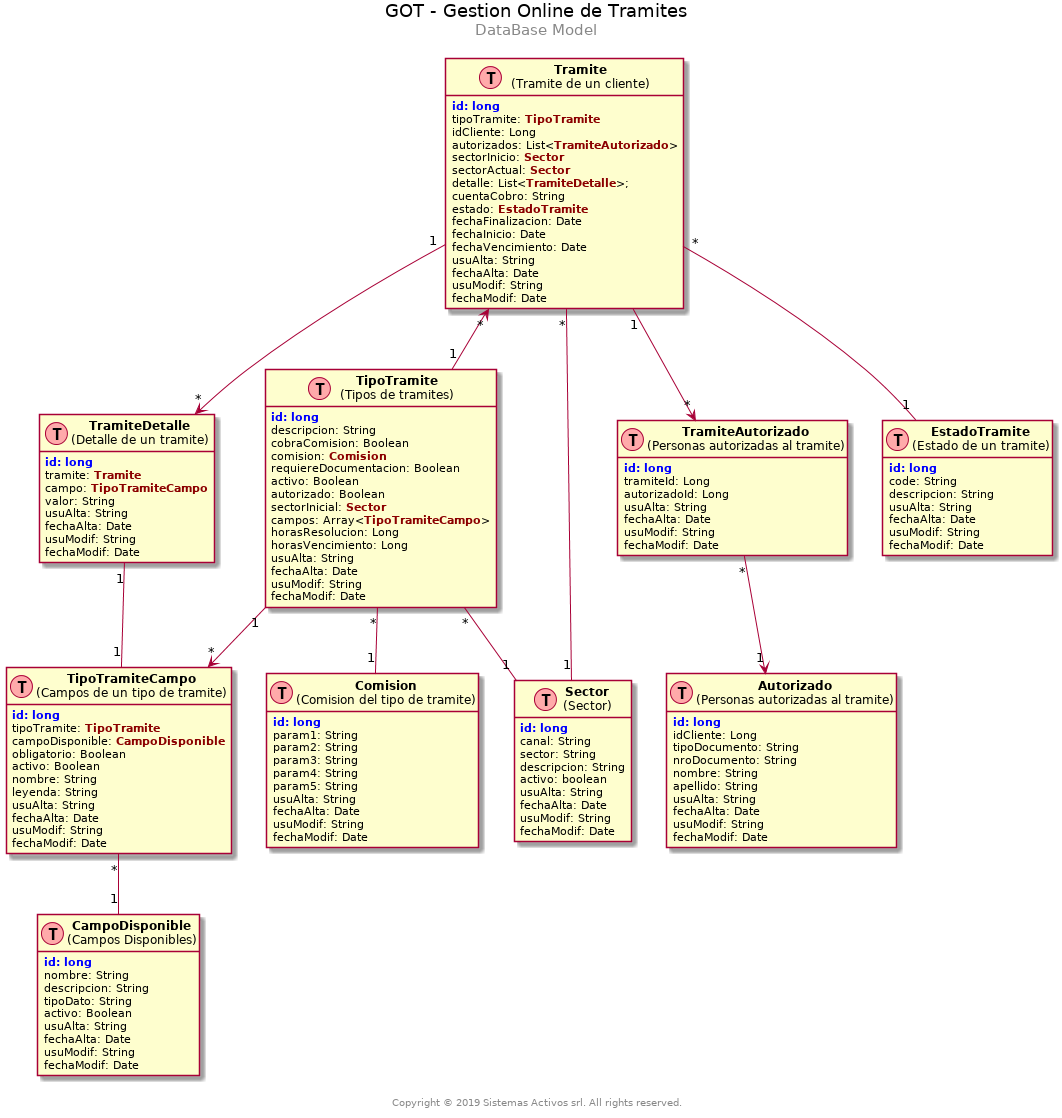
Above: docs/diagrams/database/der.png in jmuseri/got (PlantUML), before the change.
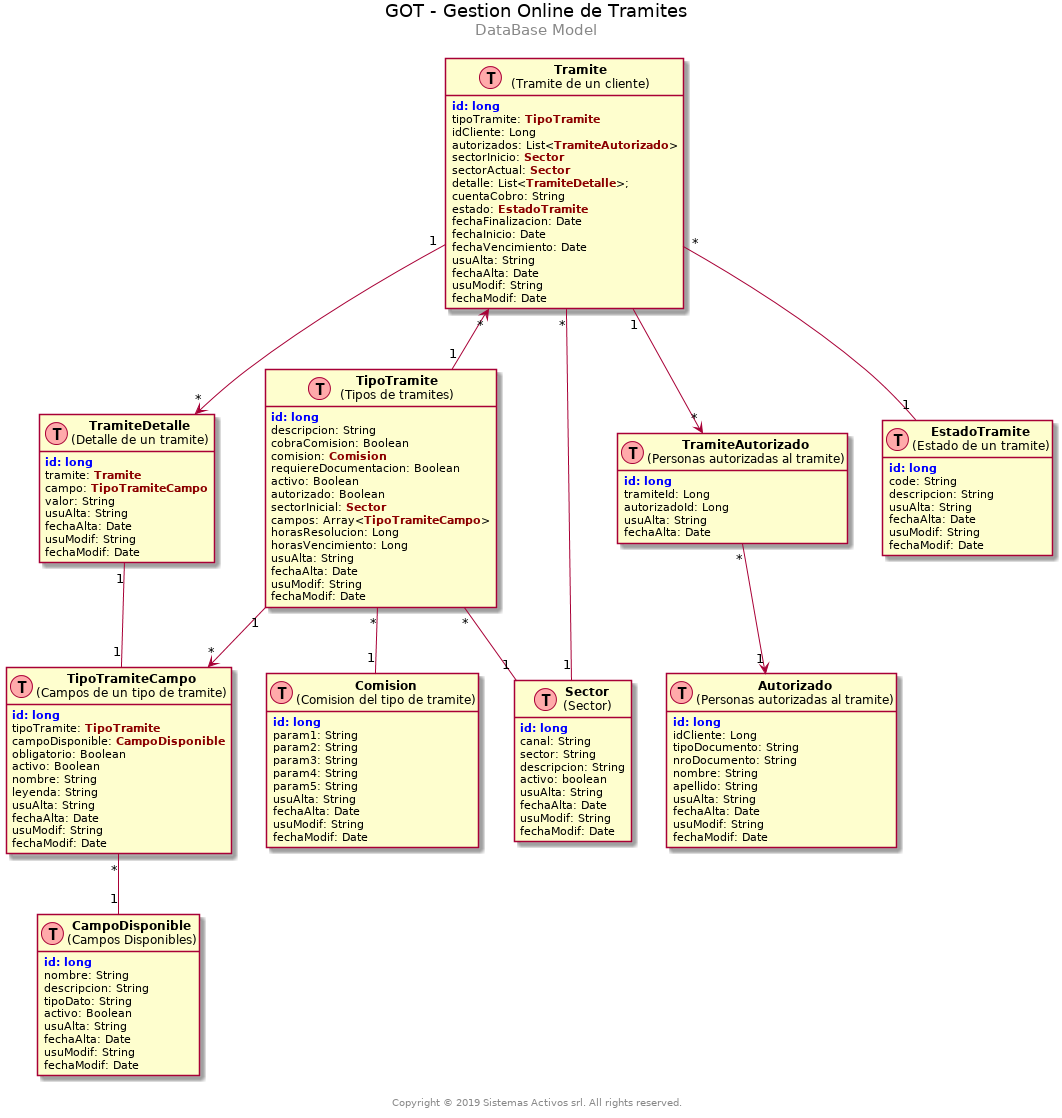
The same file after the commit.

Diff of the diagram source:
```diff
@@ -100,8 +100,6 @@
 autorizadoId: Long
 usuAlta: String
 fechaAlta: Date
-usuModif: String
-fechaModif: Date
 }
 
 class Autorizado as "<b>Autorizado</b>\n(Personas autorizadas al tramite)" << (T,#FFAAAA) >> {
```
